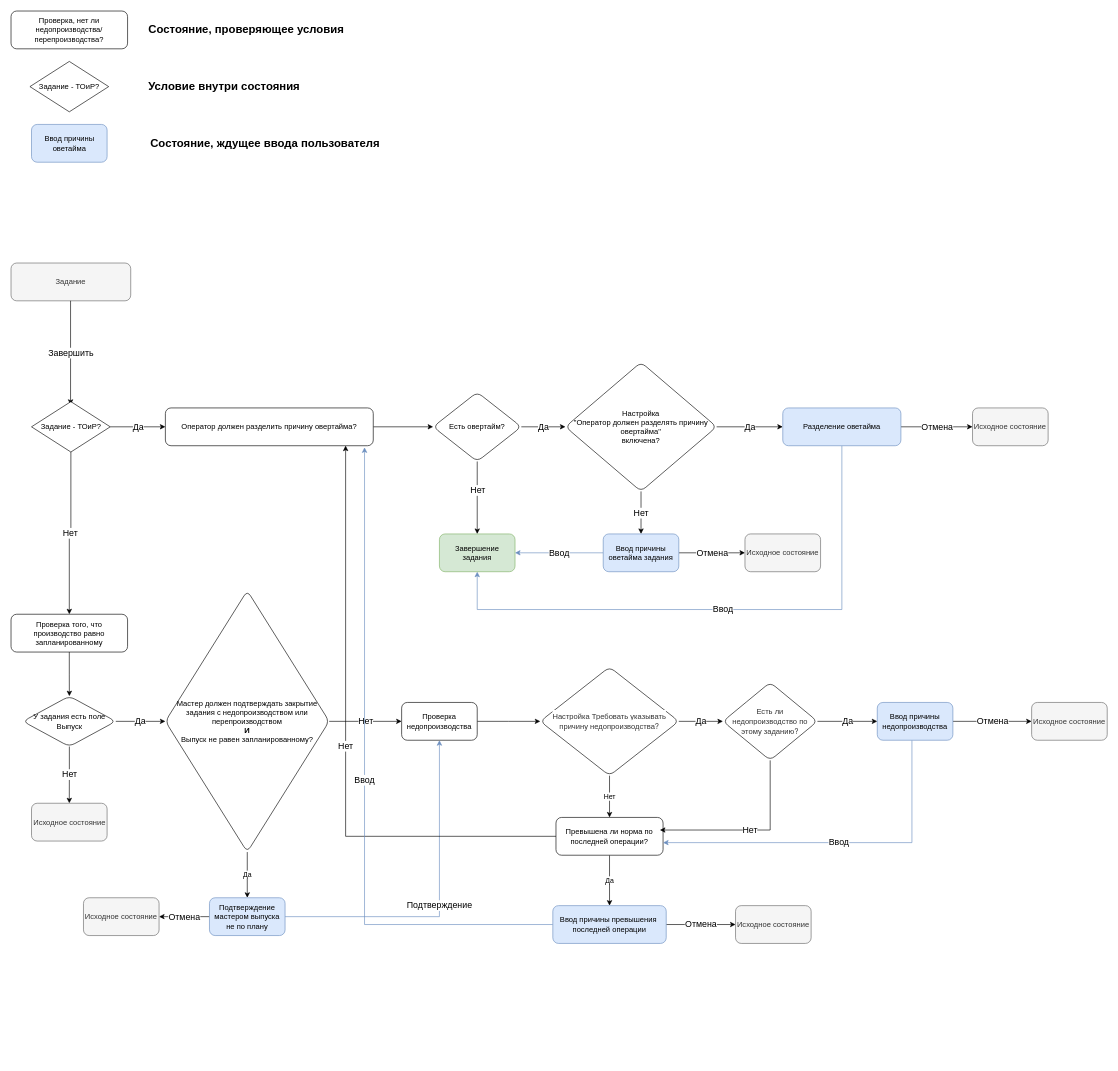
Earlier version of the draw.io diagram JobStateMachine.drawio (x-tensive/Diagrams). Source tidied: cells renumbered, new cells numbered last; positions are measured from the earlier drawing's top-left corner, leaving out a move shared by most shapes. Both pictures are drawn from the tidied source at 63%, with x=0, y=0 at pixel (11, 11).
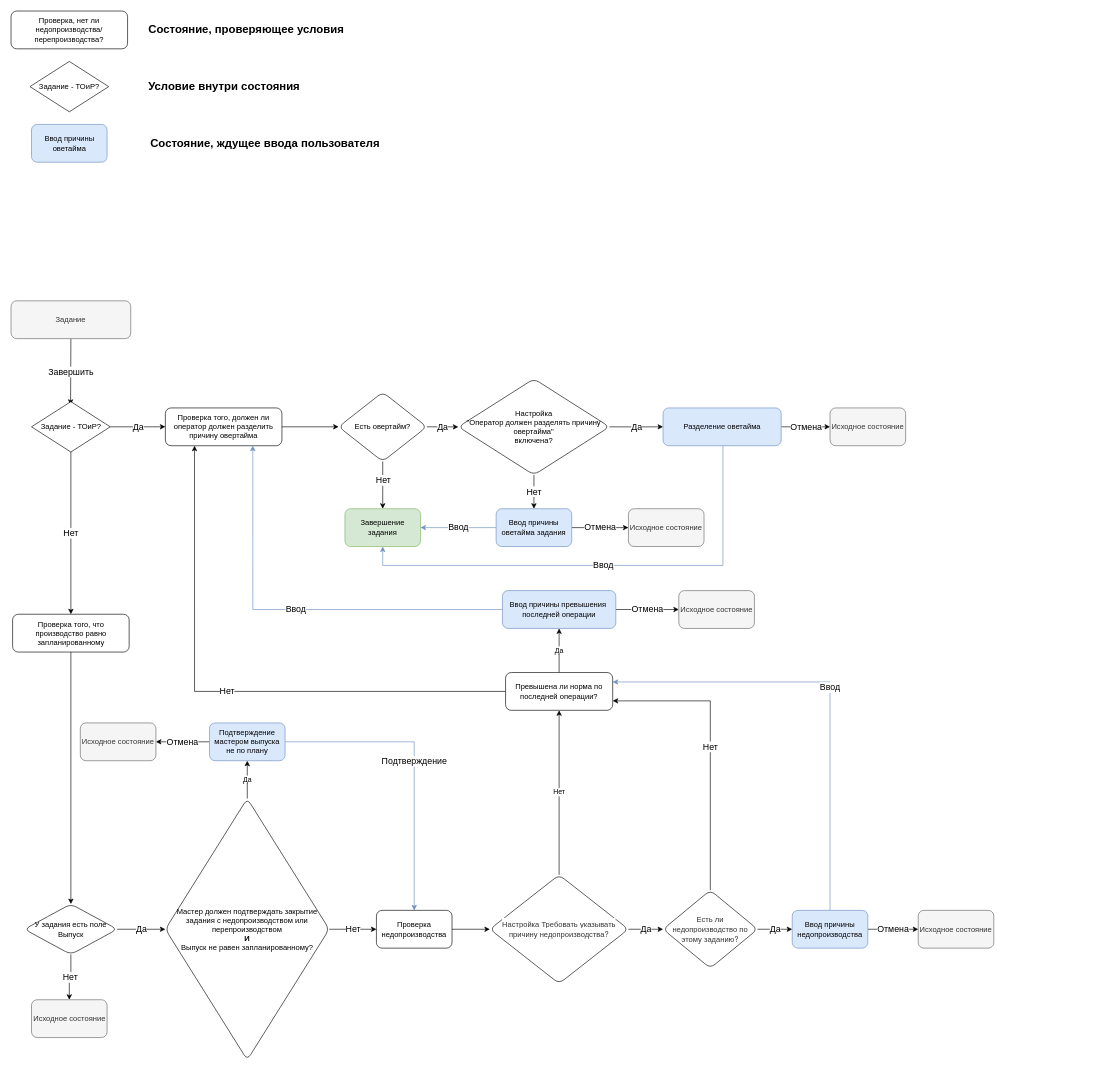
The same page after the edit.

What changed in the source:
```diff
@@
-    <mxCell id="2" value="Задание" style="rounded=1;whiteSpace=wrap;html=1;fillColor=#f5f5f5;fontColor=#333333;strokeColor=#666666;" parent="1" vertex="1">
-      <mxGeometry y="400" width="190" height="60" as="geometry" />
-    </mxCell>
-    <mxCell id="3" value="Завершить" style="endArrow=classic;html=1;rounded=0;exitX=0.5;exitY=1;exitDx=0;exitDy=0;entryX=0.5;entryY=0;entryDx=0;entryDy=0;fontSize=14;" parent="1" edge="1">
+    <mxCell id="3" value="Завершить" style="endArrow=classic;html=1;rounded=0;exitX=0.5;exitY=1;exitDx=0;exitDy=0;entryX=0.5;entryY=0;entryDx=0;entryDy=0;fontSize=14;startArrow=none;" parent="1" edge="1" source="2">
       <mxGeometry relative="1" as="geometry">
-        <mxPoint x="94.5" y="460" as="sourcePoint" />
         <mxPoint x="94.5" y="625" as="targetPoint" />
       </mxGeometry>
     </mxCell>
@@
-    <mxCell id="8" value="Оператор должен разделить причину овертайма?" style="rounded=1;whiteSpace=wrap;html=1;" parent="1" vertex="1">
-      <mxGeometry x="245" y="630" width="330" height="60" as="geometry" />
+    <mxCell id="8" value="Проверка того, должен ли оператор должен разделить причину овертайма" style="rounded=1;whiteSpace=wrap;html=1;" parent="1" vertex="1">
+      <mxGeometry x="245" y="630" width="185" height="60" as="geometry" />
     </mxCell>
@@
     <mxCell id="10" value="Ввод" style="edgeStyle=orthogonalEdgeStyle;rounded=0;jettySize=auto;html=1;entryX=0.5;entryY=1;entryDx=0;entryDy=0;fontSize=14;fillColor=#dae8fc;strokeColor=#6c8ebf;" parent="1" edge="1" source="12" target="13">
       <mxGeometry relative="1" as="geometry">
         <Array as="points">
-          <mxPoint x="1319" y="950" />
-          <mxPoint x="740" y="950" />
+          <mxPoint x="1130" y="880" />
+          <mxPoint x="590" y="880" />
         </Array>
       </mxGeometry>
     </mxCell>
@@
     <mxCell id="12" value="Разделение оветайма" style="rounded=1;whiteSpace=wrap;html=1;strokeColor=#6C8EBF;fillColor=#DAE8FC;" parent="1" vertex="1">
-      <mxGeometry x="1225" y="630" width="187.5" height="60" as="geometry" />
+      <mxGeometry x="1035" y="630" width="187.5" height="60" as="geometry" />
     </mxCell>
     <mxCell id="13" value="Завершение задания" style="whiteSpace=wrap;html=1;rounded=1;fillColor=#d5e8d4;strokeColor=#82b366;" parent="1" vertex="1">
-      <mxGeometry x="680" y="830" width="120" height="60" as="geometry" />
+      <mxGeometry x="530" y="790" width="120" height="60" as="geometry" />
     </mxCell>
@@
     <mxCell id="15" value="Проверка того, что производство равно запланированному" style="rounded=1;whiteSpace=wrap;html=1;" parent="1" vertex="1">
-      <mxGeometry y="957.5" width="185" height="60" as="geometry" />
+      <mxGeometry x="2.5" y="957.5" width="185" height="60" as="geometry" />
     </mxCell>
@@
     <mxCell id="18" value="У задания есть поле Выпуск" style="rhombus;whiteSpace=wrap;html=1;rounded=1;" parent="1" vertex="1">
-      <mxGeometry x="18.8" y="1087.5" width="147.5" height="80" as="geometry" />
+      <mxGeometry x="21.2" y="1417.5" width="147.5" height="80" as="geometry" />
     </mxCell>
@@
     <mxCell id="21" value="Мастер должен подтверждать закрытие задания с недопроизводством или перепроизводством&lt;br&gt;&lt;b&gt;И&lt;/b&gt;&lt;br&gt;Выпуск не равен запланированному?" style="rhombus;whiteSpace=wrap;html=1;rounded=1;" parent="1" vertex="1">
-      <mxGeometry x="245" y="920" width="260" height="415" as="geometry" />
+      <mxGeometry x="245" y="1250" width="260" height="415" as="geometry" />
     </mxCell>
-    <mxCell id="22" value="Подтверждение" style="edgeStyle=orthogonalEdgeStyle;rounded=0;jettySize=auto;html=1;entryX=0.5;entryY=1;entryDx=0;entryDy=0;shadow=0;fontSize=14;fillColor=#dae8fc;strokeColor=#6c8ebf;" parent="1" edge="1" source="24" target="26">
+    <mxCell id="22" value="Подтверждение" style="edgeStyle=orthogonalEdgeStyle;rounded=0;jettySize=auto;html=1;entryX=0.5;entryY=0;entryDx=0;entryDy=0;shadow=0;fontSize=14;fillColor=#dae8fc;strokeColor=#6c8ebf;" parent="1" edge="1" source="24" target="26">
       <mxGeometry relative="1" as="geometry" />
     </mxCell>
@@
     <mxCell id="24" value="Подтверждение мастером выпуска не по плану" style="whiteSpace=wrap;html=1;rounded=1;fillColor=#dae8fc;strokeColor=#6c8ebf;" parent="1" vertex="1">
-      <mxGeometry x="315" y="1407.5" width="120" height="60" as="geometry" />
+      <mxGeometry x="315" y="1130" width="120" height="60" as="geometry" />
     </mxCell>
@@
     <mxCell id="26" value="Проверка недопроизводства" style="whiteSpace=wrap;html=1;rounded=1;comic=0;" parent="1" vertex="1">
-      <mxGeometry x="620" y="1097.5" width="120" height="60" as="geometry" />
+      <mxGeometry x="580" y="1427.5" width="120" height="60" as="geometry" />
     </mxCell>
@@
     <mxCell id="30" value="Есть овертайм?" style="rhombus;whiteSpace=wrap;html=1;rounded=1;" parent="1" vertex="1">
-      <mxGeometry x="670" y="605" width="140" height="110" as="geometry" />
+      <mxGeometry x="520" y="605" width="140" height="110" as="geometry" />
     </mxCell>
@@
     <mxCell id="32" value="Настройка &lt;br&gt;&quot;Оператор должен разделять причину овертайма&quot; &lt;br&gt;включена?" style="rhombus;whiteSpace=wrap;html=1;rounded=1;" parent="1" vertex="1">
-      <mxGeometry x="880" y="557.5" width="240" height="205" as="geometry" />
+      <mxGeometry x="710" y="583.8" width="240" height="152.5" as="geometry" />
     </mxCell>
@@
     <mxCell id="35" value="Ввод причины оветайма задания" style="whiteSpace=wrap;html=1;rounded=1;fillColor=#DAE8FC;strokeColor=#6C8EBF;" parent="1" vertex="1">
-      <mxGeometry x="940" y="830" width="120" height="60" as="geometry" />
+      <mxGeometry x="770" y="790" width="120" height="60" as="geometry" />
     </mxCell>
@@
     <mxCell id="38" value="&lt;span style=&quot;color: rgb(51, 51, 51); font-family: &amp;quot;Helvetica Neue&amp;quot;, Helvetica, Arial, sans-serif; text-align: left; background-color: rgb(255, 255, 255);&quot;&gt;Настройка Требовать указывать причину недопроизводства?&lt;/span&gt;" style="rhombus;whiteSpace=wrap;html=1;rounded=1;comic=0;" parent="1" vertex="1">
-      <mxGeometry x="840" y="1041.2" width="220" height="172.5" as="geometry" />
+      <mxGeometry x="760" y="1371.2" width="220" height="172.5" as="geometry" />
     </mxCell>
@@
-    <mxCell id="40" value="Нет" style="edgeStyle=orthogonalEdgeStyle;rounded=0;jettySize=auto;html=1;entryX=0.867;entryY=0.998;entryDx=0;entryDy=0;entryPerimeter=0;fontSize=14;" parent="1" edge="1" source="41" target="8">
+    <mxCell id="40" value="Нет" style="edgeStyle=orthogonalEdgeStyle;rounded=0;jettySize=auto;html=1;entryX=0.25;entryY=1;entryDx=0;entryDy=0;fontSize=14;" parent="1" edge="1" source="41" target="8">
       <mxGeometry relative="1" as="geometry" />
     </mxCell>
     <mxCell id="41" value="Превышена ли норма по последней операции?" style="whiteSpace=wrap;html=1;rounded=1;comic=0;" parent="1" vertex="1">
-      <mxGeometry x="865" y="1280" width="170" height="60" as="geometry" />
+      <mxGeometry x="785" y="1050" width="170" height="60" as="geometry" />
     </mxCell>
@@
-    <mxCell id="43" value="Нет" style="edgeStyle=orthogonalEdgeStyle;rounded=0;jettySize=auto;html=1;exitX=0.5;exitY=1;exitDx=0;exitDy=0;fontSize=14;" parent="1" edge="1" source="44">
+    <mxCell id="43" value="Нет" style="edgeStyle=orthogonalEdgeStyle;rounded=0;jettySize=auto;html=1;exitX=0.5;exitY=0;exitDx=0;exitDy=0;fontSize=14;entryX=1;entryY=0.75;entryDx=0;entryDy=0;" parent="1" edge="1" source="44" target="41">
       <mxGeometry relative="1" as="geometry">
-        <mxPoint x="1030" y="1300" as="targetPoint" />
         <Array as="points">
-          <mxPoint x="1205" y="1300" />
-          <mxPoint x="1035" y="1300" />
+          <mxPoint x="1110" y="1095" />
         </Array>
       </mxGeometry>
     </mxCell>
     <mxCell id="44" value="&lt;span style=&quot;color: rgb(51, 51, 51); font-family: &amp;quot;Helvetica Neue&amp;quot;, Helvetica, Arial, sans-serif; text-align: left; background-color: rgb(255, 255, 255);&quot;&gt;Есть ли недопроизводство по этому заданию?&lt;/span&gt;" style="rhombus;whiteSpace=wrap;html=1;rounded=1;comic=0;" parent="1" vertex="1">
-      <mxGeometry x="1130" y="1065.6" width="150" height="123.8" as="geometry" />
+      <mxGeometry x="1035" y="1395.6" width="150" height="123.8" as="geometry" />
     </mxCell>
-    <mxCell id="45" value="Ввод" style="edgeStyle=orthogonalEdgeStyle;rounded=0;jettySize=auto;html=1;fontSize=14;fillColor=#dae8fc;strokeColor=#6c8ebf;" parent="1" edge="1" source="47" target="41">
+    <mxCell id="45" value="Ввод" style="edgeStyle=orthogonalEdgeStyle;rounded=0;jettySize=auto;html=1;fontSize=14;fillColor=#dae8fc;strokeColor=#6c8ebf;entryX=1;entryY=0.25;entryDx=0;entryDy=0;" parent="1" edge="1" source="47" target="41">
       <mxGeometry relative="1" as="geometry">
         <Array as="points">
-          <mxPoint x="1430" y="1320" />
+          <mxPoint x="1300" y="1065" />
         </Array>
       </mxGeometry>
     </mxCell>
@@
     <mxCell id="47" value="Ввод причины недопроизводства" style="whiteSpace=wrap;html=1;rounded=1;comic=0;fillColor=#dae8fc;strokeColor=#6c8ebf;" parent="1" vertex="1">
-      <mxGeometry x="1375" y="1097.5" width="120" height="60" as="geometry" />
+      <mxGeometry x="1240" y="1427.5" width="120" height="60" as="geometry" />
     </mxCell>
-    <mxCell id="48" value="Ввод" style="edgeStyle=orthogonalEdgeStyle;rounded=0;jettySize=auto;html=1;entryX=0.958;entryY=1.044;entryDx=0;entryDy=0;entryPerimeter=0;fontSize=14;fillColor=#dae8fc;strokeColor=#6c8ebf;" parent="1" edge="1" source="50" target="8">
+    <mxCell id="48" value="Ввод" style="edgeStyle=orthogonalEdgeStyle;rounded=0;jettySize=auto;html=1;entryX=0.75;entryY=1;entryDx=0;entryDy=0;fontSize=14;fillColor=#dae8fc;strokeColor=#6c8ebf;" parent="1" edge="1" source="50" target="8">
       <mxGeometry relative="1" as="geometry" />
     </mxCell>
@@
     <mxCell id="50" value="Ввод причины превышения&amp;nbsp; последней операции" style="whiteSpace=wrap;html=1;rounded=1;comic=0;fillColor=#dae8fc;strokeColor=#6c8ebf;" parent="1" vertex="1">
-      <mxGeometry x="860" y="1420" width="180" height="60" as="geometry" />
+      <mxGeometry x="780" y="920" width="180" height="60" as="geometry" />
     </mxCell>
@@
     <mxCell id="57" value="Исходное состояние" style="whiteSpace=wrap;html=1;fillColor=#f5f5f5;strokeColor=#666666;rounded=1;comic=0;fontColor=#333333;" parent="1" vertex="1">
-      <mxGeometry x="1620" y="1097.5" width="120" height="60" as="geometry" />
+      <mxGeometry x="1440" y="1427.5" width="120" height="60" as="geometry" />
     </mxCell>
     <mxCell id="58" value="Исходное состояние" style="whiteSpace=wrap;html=1;fillColor=#f5f5f5;strokeColor=#666666;rounded=1;fontColor=#333333;comic=0;" parent="1" vertex="1">
-      <mxGeometry x="1526.2" y="630" width="120" height="60" as="geometry" />
+      <mxGeometry x="1300" y="630" width="120" height="60" as="geometry" />
     </mxCell>
     <mxCell id="59" value="Исходное состояние" style="whiteSpace=wrap;html=1;fillColor=#f5f5f5;strokeColor=#666666;rounded=1;fontColor=#333333;" parent="1" vertex="1">
-      <mxGeometry x="1165" y="830" width="120" height="60" as="geometry" />
+      <mxGeometry x="980" y="790" width="120" height="60" as="geometry" />
     </mxCell>
     <mxCell id="60" value="Исходное состояние" style="whiteSpace=wrap;html=1;fillColor=#f5f5f5;strokeColor=#666666;rounded=1;fontColor=#333333;" parent="1" vertex="1">
-      <mxGeometry x="115" y="1407.5" width="120" height="60" as="geometry" />
+      <mxGeometry x="110" y="1130" width="120" height="60" as="geometry" />
     </mxCell>
     <mxCell id="61" value="Исходное состояние" style="whiteSpace=wrap;html=1;fillColor=#f5f5f5;strokeColor=#666666;rounded=1;comic=0;fontColor=#333333;" parent="1" vertex="1">
-      <mxGeometry x="1150" y="1420" width="120" height="60" as="geometry" />
+      <mxGeometry x="1060" y="920" width="120" height="60" as="geometry" />
     </mxCell>
     <mxCell id="62" value="Исходное состояние" style="whiteSpace=wrap;html=1;rounded=1;fillColor=#f5f5f5;fontColor=#333333;strokeColor=#666666;" parent="1" vertex="1">
-      <mxGeometry x="32.5" y="1257.5" width="120" height="60" as="geometry" />
+      <mxGeometry x="32.5" y="1569.4" width="120" height="60" as="geometry" />
     </mxCell>
+    <mxCell id="2" value="Задание" style="rounded=1;whiteSpace=wrap;html=1;fillColor=#f5f5f5;fontColor=#333333;strokeColor=#666666;" parent="1" vertex="1">
+      <mxGeometry y="460" width="190" height="60" as="geometry" />
+    </mxCell>
+    <mxCell id="63" style="endArrow=none;html=1;rounded=0;exitX=0.5;exitY=1;exitDx=0;exitDy=0;entryX=0.5;entryY=0;entryDx=0;entryDy=0;fontSize=14;" parent="1" edge="1" target="2">
+      <mxGeometry relative="1" as="geometry">
+        <mxPoint x="94.5" y="460" as="sourcePoint" />
+      </mxGeometry>
+    </mxCell>
```
